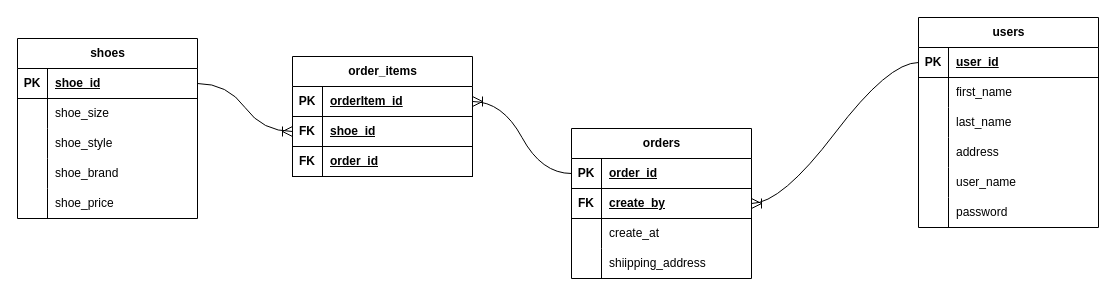
This is 500rmb数据库.drawio from xionghailong1205/drawIO, a draw.io file, before an edit. Source tidied: cells renumbered, new cells numbered last; positions are measured from the earlier drawing's top-left corner, leaving out a move shared by most shapes. Both pictures are drawn from the tidied source at 100%, with x=0, y=0 at pixel (17, 17).
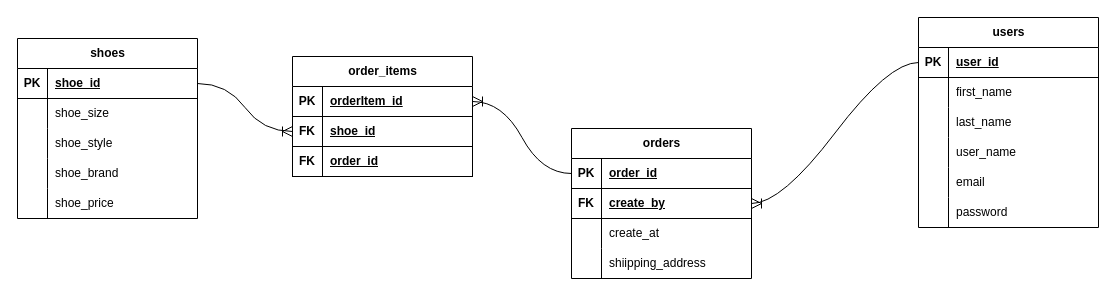
The same diagram, later.

Commit message:
更新500rmb数据库.drawio

Unchanged cells that the change refers to:
```xml
<mxCell id="18" value="users" style="shape=table;startSize=30;childLayout=tableLayout;rowLines=0;fontStyle=1;align=center;html=1;" parent="1" vertex="1">
  <mxGeometry x="901" width="180" height="210" as="geometry" />
</mxCell>
```

What changed in the source:
```diff
@@
-    <mxCell id="28" style="shape=tableRow;horizontal=0;startSize=0;swimlaneHead=0;swimlaneBody=0;fillColor=none;top=0;left=0;right=0;bottom=0;" parent="18" vertex="1">
-      <mxGeometry y="120" width="180" height="30" as="geometry" />
-    </mxCell>
-    <mxCell id="29" style="shape=partialRectangle;fillColor=none;top=0;left=0;bottom=0;right=0;overflow=hidden;whiteSpace=wrap;html=1;" parent="28" vertex="1">
-      <mxGeometry width="30" height="30" as="geometry" />
-    </mxCell>
-    <mxCell id="30" value="address" style="shape=partialRectangle;fillColor=none;top=0;left=0;bottom=0;right=0;align=left;spacingLeft=6;overflow=hidden;whiteSpace=wrap;html=1;" parent="28" vertex="1">
-      <mxGeometry x="30" width="150" height="30" as="geometry" />
-    </mxCell>
     <mxCell id="31" style="shape=tableRow;horizontal=0;startSize=0;swimlaneHead=0;swimlaneBody=0;fillColor=none;top=0;left=0;right=0;bottom=0;" parent="18" vertex="1">
-      <mxGeometry y="150" width="180" height="30" as="geometry" />
+      <mxGeometry y="120" width="180" height="30" as="geometry" />
     </mxCell>
@@
+    <mxCell id="63" style="shape=tableRow;horizontal=0;startSize=0;swimlaneHead=0;swimlaneBody=0;fillColor=none;top=0;left=0;right=0;bottom=0;" parent="18" vertex="1">
+      <mxGeometry y="150" width="180" height="30" as="geometry" />
+    </mxCell>
+    <mxCell id="29" style="shape=partialRectangle;fillColor=none;top=0;left=0;bottom=0;right=0;overflow=hidden;whiteSpace=wrap;html=1;" parent="63" vertex="1">
+      <mxGeometry width="30" height="30" as="geometry" />
+    </mxCell>
+    <mxCell id="64" value="email" style="shape=partialRectangle;fillColor=none;top=0;left=0;bottom=0;right=0;align=left;spacingLeft=6;overflow=hidden;whiteSpace=wrap;html=1;" parent="63" vertex="1">
+      <mxGeometry x="30" width="150" height="30" as="geometry" />
+    </mxCell>
```
